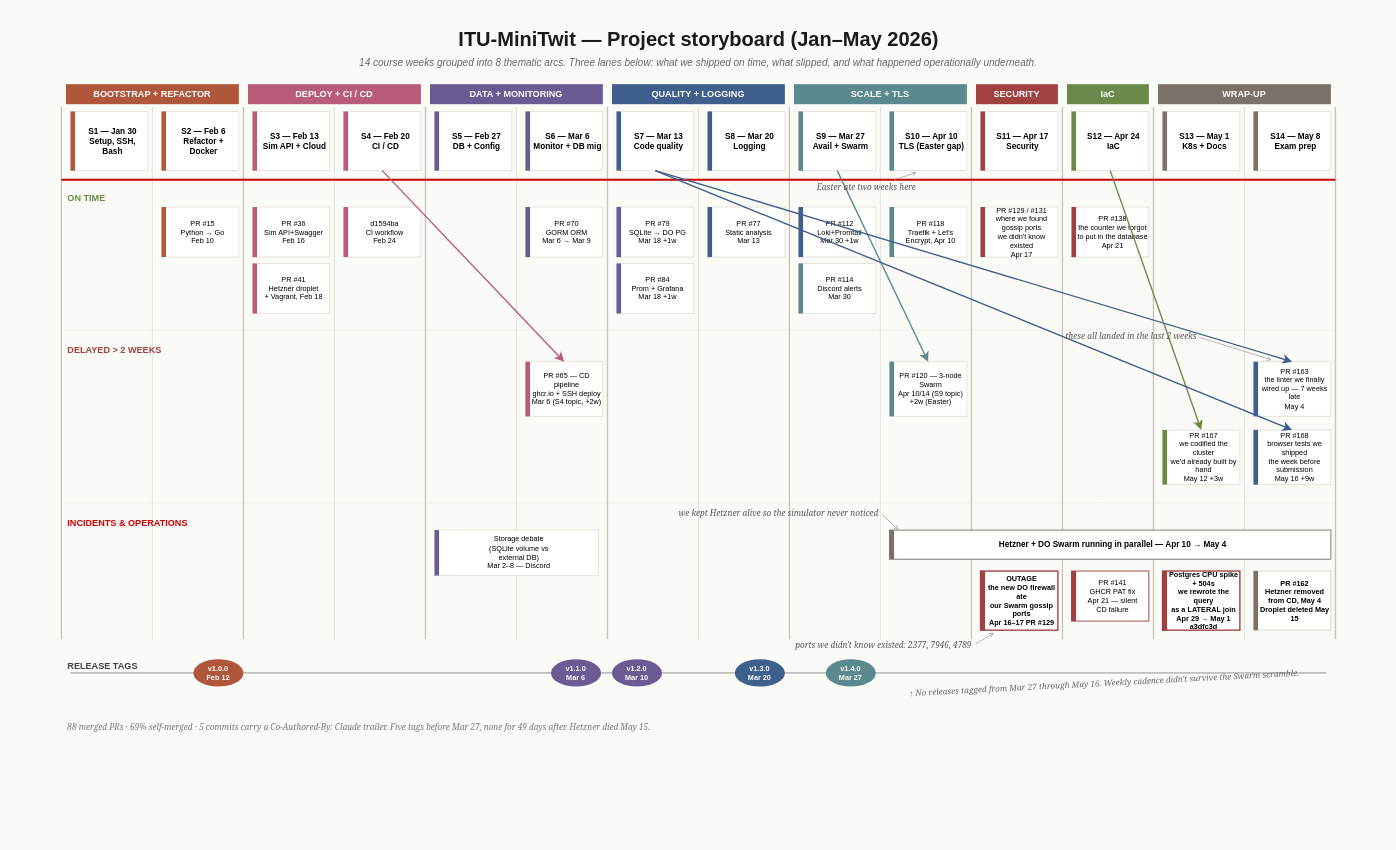
DevTroopers-ITU/itu-minitwit keeps this draw.io diagram as report/exam-storyboard.drawio. Above is the earlier version. Source tidied: cells renumbered, new cells numbered last; positions are measured from the earlier drawing's top-left corner, leaving out a move shared by most shapes. Both pictures are drawn from the tidied source at 91%, with x=0, y=0 at pixel (15, 15).
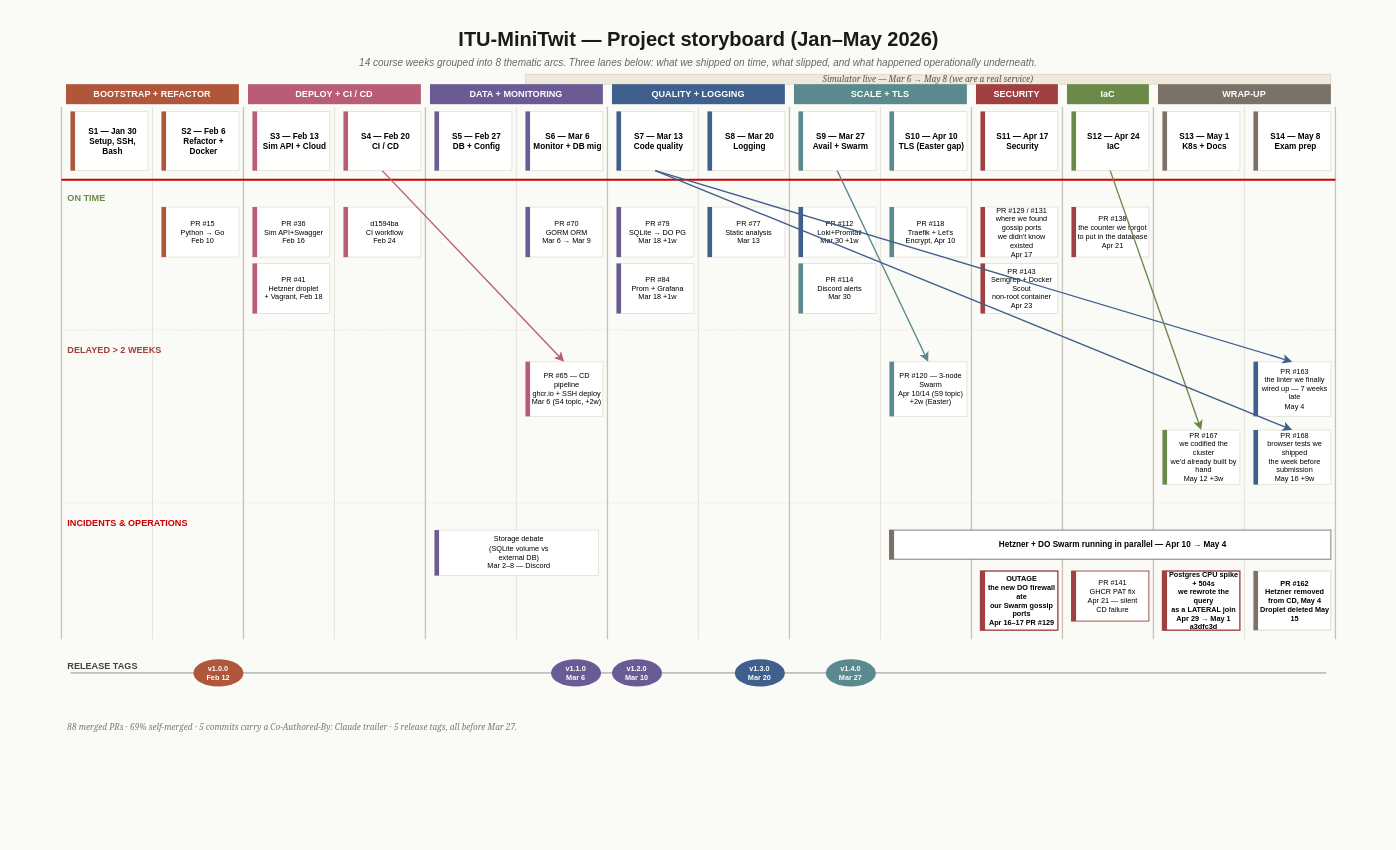
After the change.

Commit message (it also covers changes not shown here):
storyboard v9: drop margin commentary, keep structural additions

Removed: 4 Georgia-italic margin annotations + arrows, the tilted
49-days callout, the DNS-flip label, the honest-gaps footnote.
Trimmed the bottom legend back to one line of stats.

Kept: the new Simulator-live band along the top of the Mar 6 – May 8
columns, the new PR #143 security-hardening card in the Security
column, and the voiced PR labels inside boxes (the counter we forgot,
the linter we wired up late, etc).

The edit, as a diff of the source:
```diff
@@
+    <mxCell id="132" value="Simulator live — Mar 6 → May 8 (we are a real service)" style="rounded=0;whiteSpace=wrap;html=1;fillColor=#EEE9DA;strokeColor=#C9C4B8;strokeWidth=0.5;fontSize=9;fontStyle=2;fontFamily=Georgia;fontColor=#5A5048;align=center;verticalAlign=middle;" parent="1" vertex="1">
+      <mxGeometry x="560" y="64" width="885" height="11" as="geometry" />
+    </mxCell>
@@
+    <mxCell id="133" value="PR #143&#10;Semgrep + Docker Scout&#10;non-root container&#10;Apr 23" style="rounded=0;whiteSpace=wrap;html=1;fillColor=#FFFFFF;strokeColor=#E5E2DA;strokeWidth=1;fontSize=8;align=center;verticalAlign=middle;spacingLeft=6;" parent="1" vertex="1">
+      <mxGeometry x="1060" y="272" width="85" height="55" as="geometry" />
+    </mxCell>
+    <mxCell id="134" style="rounded=0;whiteSpace=wrap;html=1;fillColor=#A04040;strokeColor=none;" parent="1" vertex="1">
+      <mxGeometry x="1060" y="272" width="5" height="55" as="geometry" />
+    </mxCell>
@@
-    <mxCell id="122" value="↑  No releases tagged from Mar 27 through May 16. Weekly cadence didn't survive the Swarm scramble." style="text;html=1;strokeColor=none;fillColor=none;align=left;verticalAlign=middle;fontSize=9;fontStyle=2;fontFamily=Georgia;fontColor=#666666;rotation=-3;" parent="1" vertex="1">
-      <mxGeometry x="980" y="722" width="500" height="20" as="geometry" />
-    </mxCell>
-    <mxCell id="123" value="Easter ate two weeks here" style="text;html=1;strokeColor=none;fillColor=none;align=center;verticalAlign=middle;fontSize=9;fontStyle=2;fontFamily=Georgia;fontColor=#555555;whiteSpace=wrap;" parent="1" vertex="1">
-      <mxGeometry x="845" y="182" width="180" height="14" as="geometry" />
-    </mxCell>
-    <mxCell id="124" style="endArrow=open;endSize=4;html=1;rounded=0;strokeColor=#999999;strokeWidth=0.75;curved=1;" parent="1" edge="1">
-      <mxGeometry relative="1" as="geometry">
-        <mxPoint x="965" y="180" as="sourcePoint" />
-        <mxPoint x="990" y="172" as="targetPoint" />
-      </mxGeometry>
-    </mxCell>
-    <mxCell id="125" value="we kept Hetzner alive so the simulator never noticed" style="text;html=1;strokeColor=none;fillColor=none;align=right;verticalAlign=middle;fontSize=9;fontStyle=2;fontFamily=Georgia;fontColor=#555555;whiteSpace=wrap;" parent="1" vertex="1">
-      <mxGeometry x="660" y="540" width="290" height="14" as="geometry" />
-    </mxCell>
-    <mxCell id="126" style="endArrow=open;endSize=4;html=1;rounded=0;strokeColor=#999999;strokeWidth=0.75;curved=1;" parent="1" edge="1">
-      <mxGeometry relative="1" as="geometry">
-        <mxPoint x="952" y="548" as="sourcePoint" />
-        <mxPoint x="970" y="565" as="targetPoint" />
-      </mxGeometry>
-    </mxCell>
-    <mxCell id="127" value="ports we didn't know existed: 2377, 7946, 4789" style="text;html=1;strokeColor=none;fillColor=none;align=left;verticalAlign=middle;fontSize=9;fontStyle=2;fontFamily=Georgia;fontColor=#555555;whiteSpace=wrap;" parent="1" vertex="1">
-      <mxGeometry x="855" y="685" width="200" height="14" as="geometry" />
-    </mxCell>
-    <mxCell id="128" style="endArrow=open;endSize=4;html=1;rounded=0;strokeColor=#999999;strokeWidth=0.75;curved=1;" parent="1" edge="1">
-      <mxGeometry relative="1" as="geometry">
-        <mxPoint x="1055" y="690" as="sourcePoint" />
-        <mxPoint x="1075" y="678" as="targetPoint" />
-      </mxGeometry>
-    </mxCell>
-    <mxCell id="129" value="these all landed in the last 2 weeks" style="text;html=1;strokeColor=none;fillColor=none;align=right;verticalAlign=middle;fontSize=9;fontStyle=2;fontFamily=Georgia;fontColor=#555555;whiteSpace=wrap;" parent="1" vertex="1">
-      <mxGeometry x="1075" y="345" width="225" height="14" as="geometry" />
-    </mxCell>
-    <mxCell id="130" style="endArrow=open;endSize=4;html=1;rounded=0;strokeColor=#999999;strokeWidth=0.75;curved=1;" parent="1" edge="1">
-      <mxGeometry relative="1" as="geometry">
-        <mxPoint x="1300" y="353" as="sourcePoint" />
-        <mxPoint x="1380" y="378" as="targetPoint" />
-      </mxGeometry>
-    </mxCell>
-    <mxCell id="131" value="88 merged PRs · 69% self-merged · 5 commits carry a Co-Authored-By: Claude trailer. Five tags before Mar 27, none for 49 days after. Hetzner died May 15." style="text;html=1;strokeColor=none;fillColor=none;align=left;verticalAlign=top;fontSize=9;fontStyle=2;fontFamily=Georgia;whiteSpace=wrap;fontColor=#777777;" parent="1" vertex="1">
+    <mxCell id="131" value="88 merged PRs · 69% self-merged · 5 commits carry a Co-Authored-By: Claude trailer · 5 release tags, all before Mar 27." style="text;html=1;strokeColor=none;fillColor=none;align=left;verticalAlign=top;fontSize=9;fontStyle=2;fontFamily=Georgia;whiteSpace=wrap;fontColor=#777777;" parent="1" vertex="1">
       <mxGeometry x="55" y="770" width="1395" height="20" as="geometry" />
     </mxCell>
```
